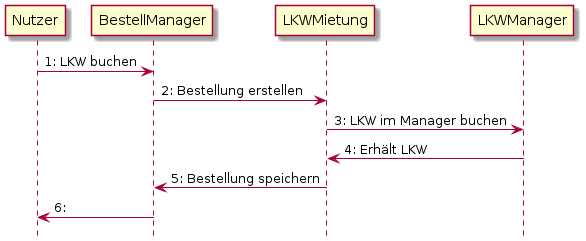
Earlier version of the PlantUML export src/main/asciidoc/images/sequence_usecases/sequence_uc520.png (shinyonogi/SWT). Source of this version:
```plantuml
@startuml
hide footbox

Nutzer -> BestellManager:  1: LKW buchen
BestellManager -> LKWMietung: 2: Bestellung erstellen
LKWMietung -> LKWManager: 3: LKW im Manager buchen
LKWMietung <- LKWManager: 4: Erhält LKW
BestellManager <- LKWMietung: 5: Bestellung speichern
Nutzer <- BestellManager: 6:

@enduml
```
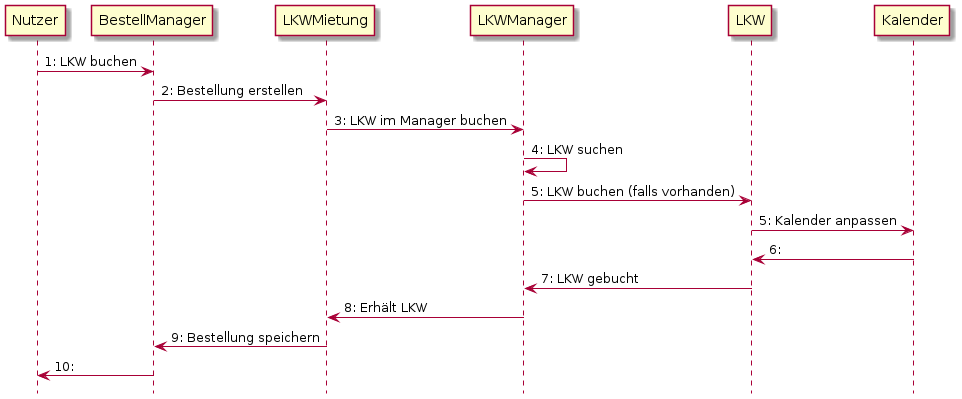
The same file after the commit.

Commit message:
minor fixes in sequence diagramms for usecases #22

The edit, as a diff of the source:
```diff
@@ -4,8 +4,13 @@
 Nutzer -> BestellManager:  1: LKW buchen
 BestellManager -> LKWMietung: 2: Bestellung erstellen
 LKWMietung -> LKWManager: 3: LKW im Manager buchen
-LKWMietung <- LKWManager: 4: Erhält LKW
-BestellManager <- LKWMietung: 5: Bestellung speichern
-Nutzer <- BestellManager: 6:
+LKWManager -> LKWManager: 4: LKW suchen
+LKWManager -> LKW: 5: LKW buchen (falls vorhanden)
+LKW -> Kalender: 5: Kalender anpassen
+LKW <- Kalender: 6:
+LKWManager <- LKW: 7: LKW gebucht
+LKWMietung <- LKWManager: 8: Erhält LKW
+BestellManager <- LKWMietung: 9: Bestellung speichern
+Nutzer <- BestellManager: 10:
 
 @enduml
```
